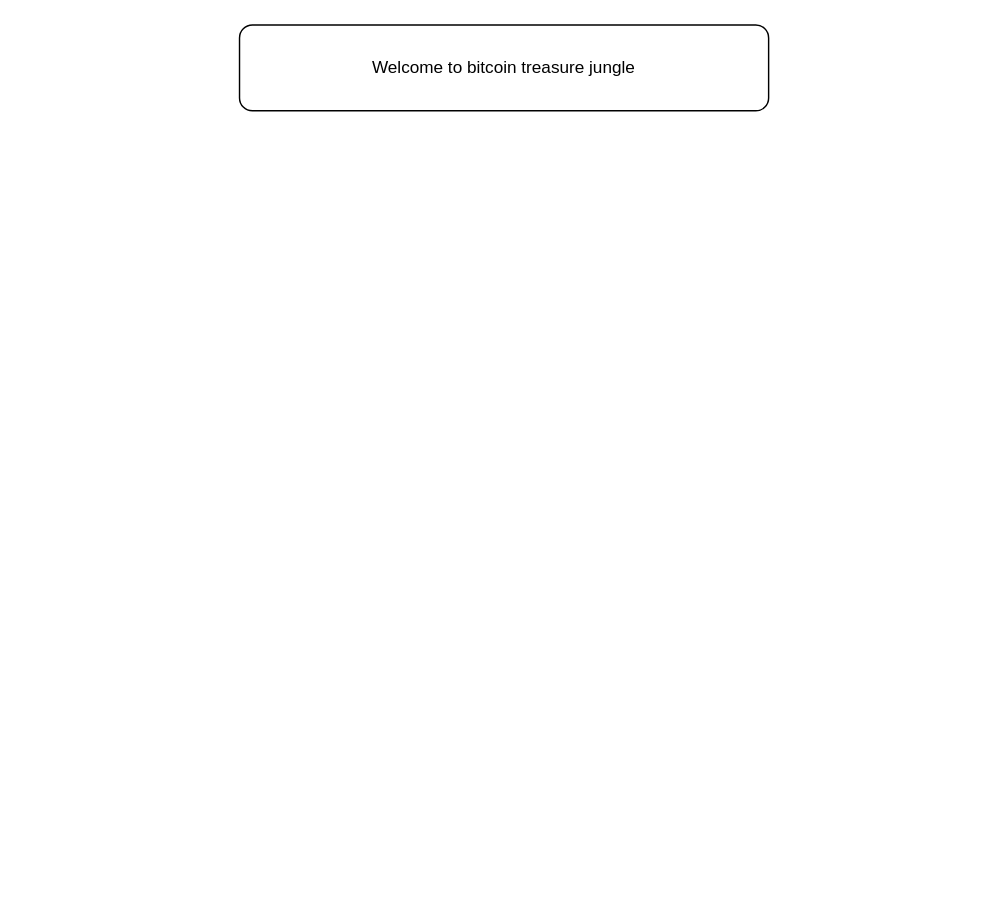
Earlier version of the draw.io diagram bitcoin_game_diagram.drawio (emiliomorles/diagrams.net). Source tidied: cells renumbered, new cells numbered last; positions are measured from the earlier drawing's top-left corner, leaving out a move shared by most shapes. Both pictures are drawn from the tidied source at 143%, with x=0, y=0 at pixel (239, 24).
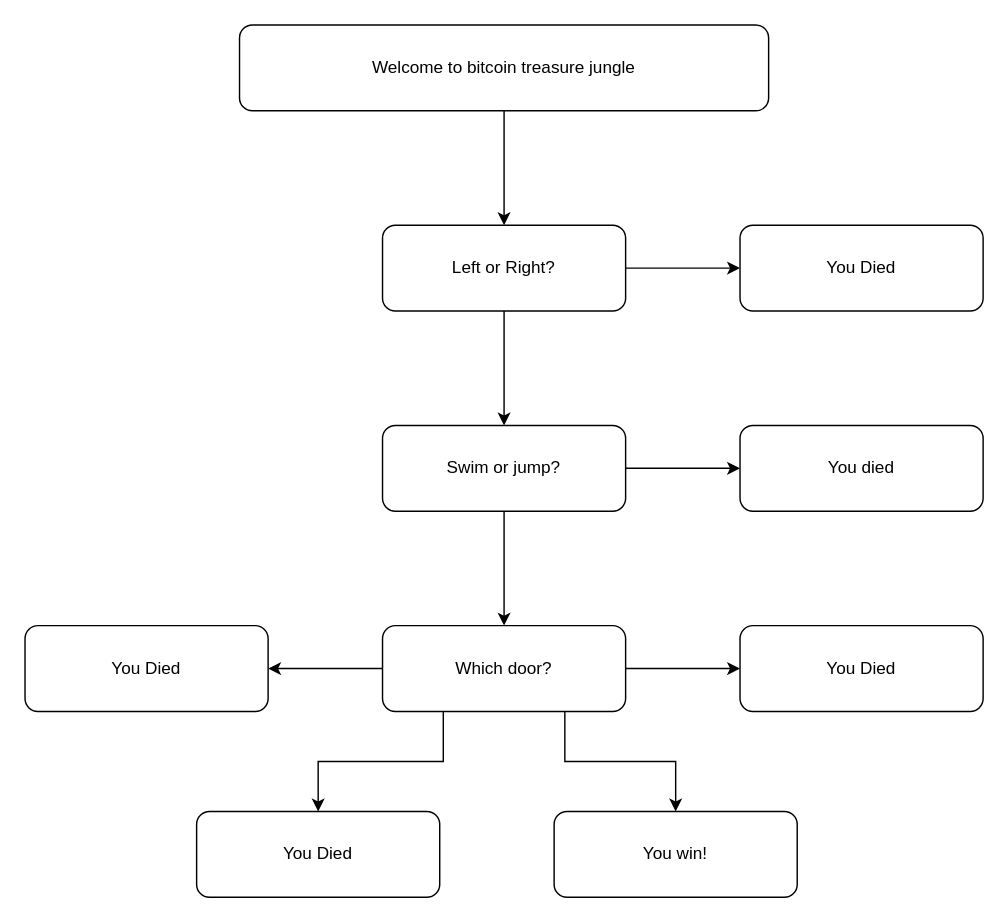
After the change.

The change refers to these unchanged cells:
```xml
<mxCell id="2" value="Welcome to bitcoin treasure jungle" style="rounded=1;whiteSpace=wrap;html=1;" parent="1" vertex="1">
  <mxGeometry width="370" height="60" as="geometry" />
</mxCell>
```

Diff of the diagram source:
```diff
@@
+    <mxCell id="3" style="edgeStyle=orthogonalEdgeStyle;rounded=0;jettySize=auto;html=1;" parent="1" edge="1" source="2" target="6">
+      <mxGeometry relative="1" as="geometry" />
+    </mxCell>
@@
+    <mxCell id="4" style="edgeStyle=orthogonalEdgeStyle;rounded=0;jettySize=auto;html=1;" parent="1" edge="1" source="6" target="7">
+      <mxGeometry relative="1" as="geometry" />
+    </mxCell>
+    <mxCell id="5" style="edgeStyle=orthogonalEdgeStyle;rounded=0;jettySize=auto;html=1;" parent="1" edge="1" source="6" target="10">
+      <mxGeometry relative="1" as="geometry" />
+    </mxCell>
+    <mxCell id="6" value="Left or Right?" style="rounded=1;whiteSpace=wrap;html=1;" parent="1" vertex="1">
+      <mxGeometry x="100" y="140" width="170" height="60" as="geometry" />
+    </mxCell>
+    <mxCell id="7" value="You Died" style="rounded=1;whiteSpace=wrap;html=1;" parent="1" vertex="1">
+      <mxGeometry x="350" y="140" width="170" height="60" as="geometry" />
+    </mxCell>
+    <mxCell id="8" style="edgeStyle=orthogonalEdgeStyle;rounded=0;jettySize=auto;html=1;" parent="1" edge="1" source="10" target="11">
+      <mxGeometry relative="1" as="geometry" />
+    </mxCell>
+    <mxCell id="9" style="edgeStyle=orthogonalEdgeStyle;rounded=0;jettySize=auto;html=1;" parent="1" edge="1" source="10" target="16">
+      <mxGeometry relative="1" as="geometry" />
+    </mxCell>
+    <mxCell id="10" value="Swim or jump?" style="rounded=1;whiteSpace=wrap;html=1;" parent="1" vertex="1">
+      <mxGeometry x="100" y="280" width="170" height="60" as="geometry" />
+    </mxCell>
+    <mxCell id="11" value="You died" style="rounded=1;whiteSpace=wrap;html=1;" parent="1" vertex="1">
+      <mxGeometry x="350" y="280" width="170" height="60" as="geometry" />
+    </mxCell>
+    <mxCell id="12" style="edgeStyle=orthogonalEdgeStyle;rounded=0;jettySize=auto;html=1;" parent="1" edge="1" source="16" target="17">
+      <mxGeometry relative="1" as="geometry" />
+    </mxCell>
+    <mxCell id="13" style="edgeStyle=orthogonalEdgeStyle;rounded=0;jettySize=auto;html=1;" parent="1" edge="1" source="16" target="18">
+      <mxGeometry relative="1" as="geometry" />
+    </mxCell>
+    <mxCell id="14" style="edgeStyle=orthogonalEdgeStyle;rounded=0;jettySize=auto;html=1;exitX=0.25;exitY=1;exitDx=0;exitDy=0;entryX=0.5;entryY=0;entryDx=0;entryDy=0;" parent="1" edge="1" source="16" target="19">
+      <mxGeometry relative="1" as="geometry" />
+    </mxCell>
+    <mxCell id="15" style="edgeStyle=orthogonalEdgeStyle;rounded=0;jettySize=auto;html=1;exitX=0.75;exitY=1;exitDx=0;exitDy=0;entryX=0.5;entryY=0;entryDx=0;entryDy=0;" parent="1" edge="1" source="16" target="20">
+      <mxGeometry relative="1" as="geometry" />
+    </mxCell>
+    <mxCell id="16" value="Which door?" style="rounded=1;whiteSpace=wrap;html=1;" parent="1" vertex="1">
+      <mxGeometry x="100" y="420" width="170" height="60" as="geometry" />
+    </mxCell>
+    <mxCell id="17" value="You Died" style="rounded=1;whiteSpace=wrap;html=1;" parent="1" vertex="1">
+      <mxGeometry x="-150" y="420" width="170" height="60" as="geometry" />
+    </mxCell>
+    <mxCell id="18" value="You Died" style="rounded=1;whiteSpace=wrap;html=1;" parent="1" vertex="1">
+      <mxGeometry x="350" y="420" width="170" height="60" as="geometry" />
+    </mxCell>
+    <mxCell id="19" value="You Died" style="rounded=1;whiteSpace=wrap;html=1;" parent="1" vertex="1">
+      <mxGeometry x="-30" y="550" width="170" height="60" as="geometry" />
+    </mxCell>
+    <mxCell id="20" value="You win!" style="rounded=1;whiteSpace=wrap;html=1;" parent="1" vertex="1">
+      <mxGeometry x="220" y="550" width="170" height="60" as="geometry" />
+    </mxCell>
```
